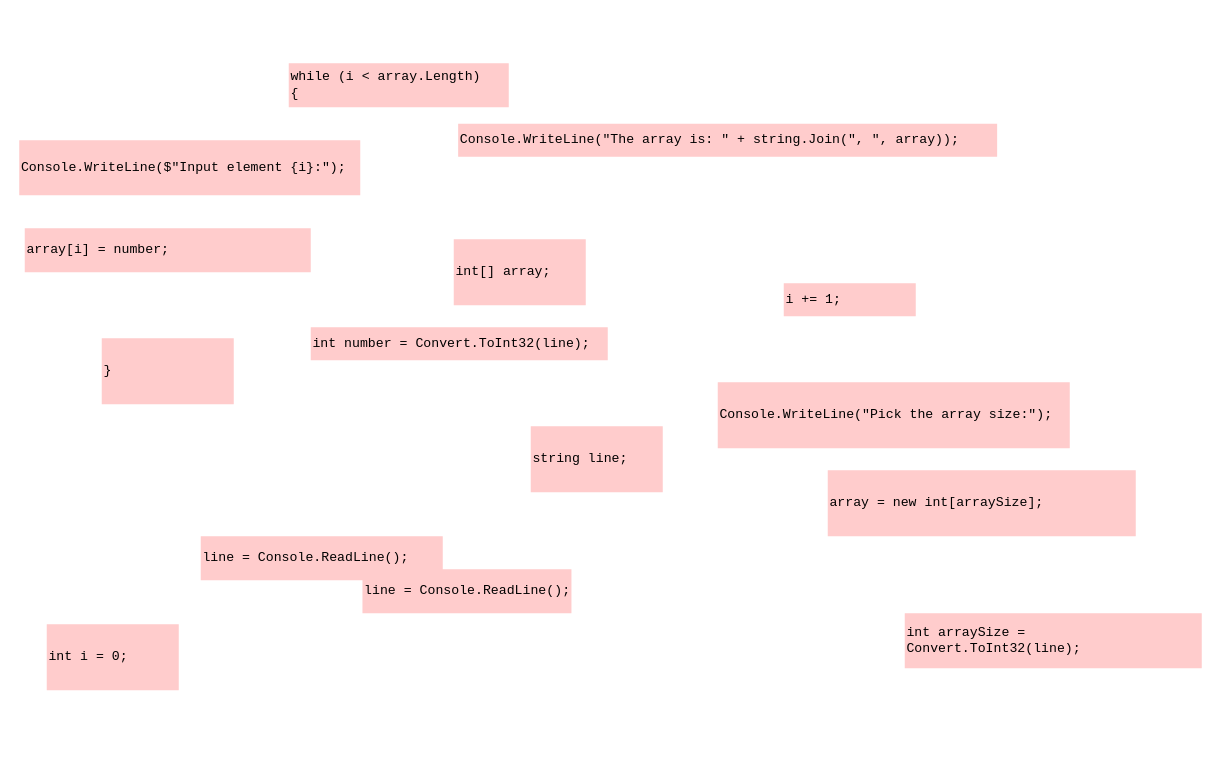
YingCG/Algorithms-Learning keeps this draw.io diagram as TestDragDrop.drawio. Above is the earlier version. Source tidied: cells renumbered, new cells numbered last; positions are measured from the earlier drawing's top-left corner, leaving out a move shared by most shapes. Both pictures are drawn from the tidied source at 110%, with x=0, y=0 at pixel (19, 63).
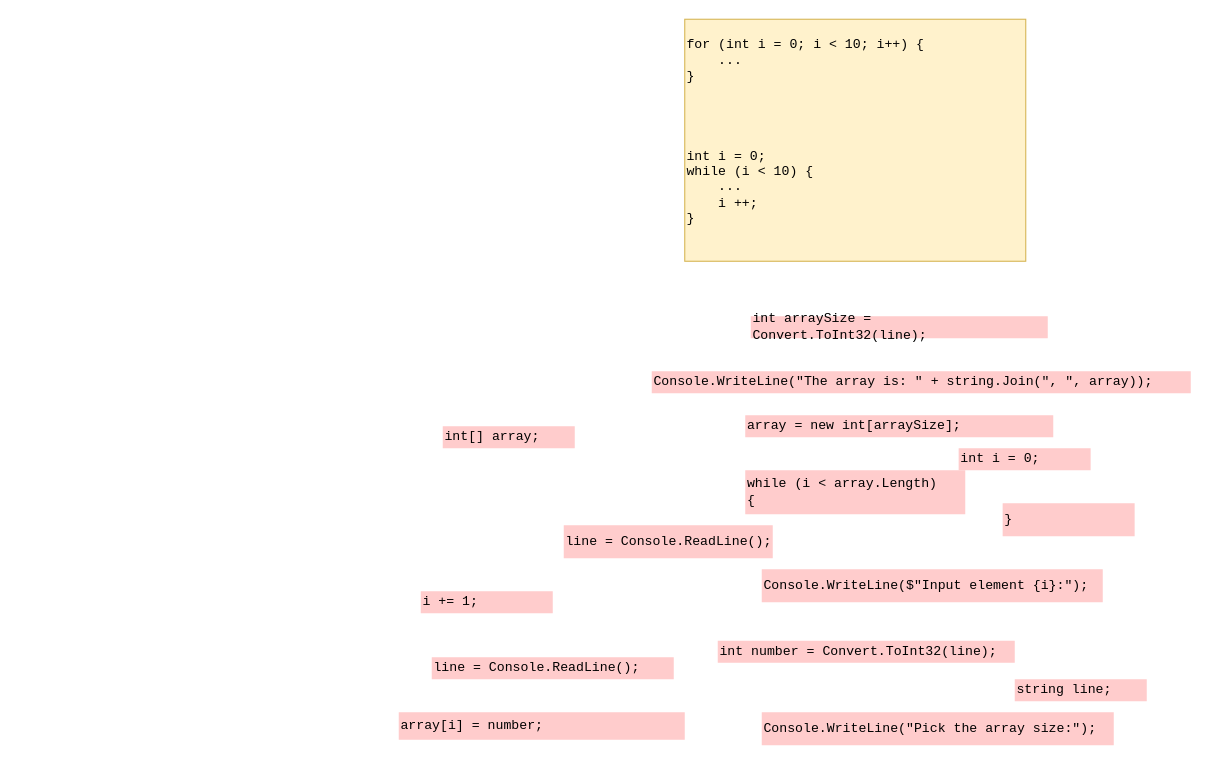
The same page after the edit.

Change to the diagram source:
```diff
@@
 <mxGraphModel>
   <root>
     <mxCell id="0" />
     <mxCell id="1" parent="0" />
     <mxCell id="2" value="string line;" style="whiteSpace=wrap;html=1;fontFamily=Courier New;align=left;labelBorderColor=none;rounded=0;shadow=0;sketch=0;glass=0;fillColor=#FFCCCC;strokeColor=none;" parent="1" vertex="1">
-      <mxGeometry x="465" y="330" width="120" height="60" as="geometry" />
+      <mxGeometry x="905" y="560" width="120" height="20" as="geometry" />
     </mxCell>
     <mxCell id="3" value="Console.WriteLine(&quot;Pick the array size:&quot;);" style="whiteSpace=wrap;html=1;fontFamily=Courier New;align=left;labelBorderColor=none;rounded=0;shadow=0;sketch=0;glass=0;fillColor=#FFCCCC;strokeColor=none;" parent="1" vertex="1">
-      <mxGeometry x="635" y="290" width="320" height="60" as="geometry" />
+      <mxGeometry x="675" y="590" width="320" height="30" as="geometry" />
     </mxCell>
     <mxCell id="4" value="line = Console.ReadLine();" style="whiteSpace=wrap;html=1;fontFamily=Courier New;align=left;labelBorderColor=none;rounded=0;shadow=0;sketch=0;glass=0;fillColor=#FFCCCC;strokeColor=none;" parent="1" vertex="1">
-      <mxGeometry x="312" y="460" width="190" height="40" as="geometry" />
+      <mxGeometry x="495" y="420" width="190" height="30" as="geometry" />
     </mxCell>
     <mxCell id="5" value="int arraySize = Convert.ToInt32(line);" style="whiteSpace=wrap;html=1;fontFamily=Courier New;align=left;labelBorderColor=none;rounded=0;shadow=0;sketch=0;glass=0;fillColor=#FFCCCC;strokeColor=none;" parent="1" vertex="1">
-      <mxGeometry x="805" y="500" width="270" height="50" as="geometry" />
+      <mxGeometry x="665" y="230" width="270" height="20" as="geometry" />
     </mxCell>
     <mxCell id="6" value="int[] array;" style="whiteSpace=wrap;html=1;fontFamily=Courier New;align=left;labelBorderColor=none;rounded=0;shadow=0;sketch=0;glass=0;fillColor=#FFCCCC;strokeColor=none;" parent="1" vertex="1">
-      <mxGeometry x="395" y="160" width="120" height="60" as="geometry" />
+      <mxGeometry x="385" y="330" width="120" height="20" as="geometry" />
     </mxCell>
     <mxCell id="7" value="array = new int[arraySize];" style="whiteSpace=wrap;html=1;fontFamily=Courier New;align=left;labelBorderColor=none;rounded=0;shadow=0;sketch=0;glass=0;fillColor=#FFCCCC;strokeColor=none;" parent="1" vertex="1">
-      <mxGeometry x="735" y="370" width="280" height="60" as="geometry" />
+      <mxGeometry x="660" y="320" width="280" height="20" as="geometry" />
     </mxCell>
     <mxCell id="8" value="int i = 0;" style="whiteSpace=wrap;html=1;fontFamily=Courier New;align=left;labelBorderColor=none;rounded=0;shadow=0;sketch=0;glass=0;fillColor=#FFCCCC;strokeColor=none;" parent="1" vertex="1">
-      <mxGeometry x="25" y="510" width="120" height="60" as="geometry" />
+      <mxGeometry x="854" y="350" width="120" height="20" as="geometry" />
     </mxCell>
     <mxCell id="9" value="while (i &amp;lt; array.Length)&lt;br&gt;{" style="whiteSpace=wrap;html=1;fontFamily=Courier New;align=left;labelBorderColor=none;rounded=0;shadow=0;sketch=0;glass=0;fillColor=#FFCCCC;strokeColor=none;" parent="1" vertex="1">
-      <mxGeometry x="245" width="200" height="40" as="geometry" />
+      <mxGeometry x="660" y="370" width="200" height="40" as="geometry" />
     </mxCell>
     <mxCell id="10" value="Console.WriteLine($&quot;Input element {i}:&quot;);" style="whiteSpace=wrap;html=1;fontFamily=Courier New;align=left;rounded=0;shadow=0;sketch=0;glass=0;fillColor=#FFCCCC;strokeColor=none;" parent="1" vertex="1">
-      <mxGeometry y="70" width="310" height="50" as="geometry" />
+      <mxGeometry x="675" y="460" width="310" height="30" as="geometry" />
     </mxCell>
     <mxCell id="11" value="line = Console.ReadLine();" style="whiteSpace=wrap;html=1;fontFamily=Courier New;align=left;rounded=0;shadow=0;sketch=0;glass=0;fillColor=#FFCCCC;strokeColor=none;" parent="1" vertex="1">
-      <mxGeometry x="165" y="430" width="220" height="40" as="geometry" />
+      <mxGeometry x="375" y="540" width="220" height="20" as="geometry" />
     </mxCell>
     <mxCell id="12" value="int number = Convert.ToInt32(line);" style="whiteSpace=wrap;html=1;fontFamily=Courier New;align=left;rounded=0;shadow=0;sketch=0;glass=0;fillColor=#FFCCCC;strokeColor=none;" parent="1" vertex="1">
-      <mxGeometry x="265" y="240" width="270" height="30" as="geometry" />
+      <mxGeometry x="635" y="525" width="270" height="20" as="geometry" />
     </mxCell>
     <mxCell id="13" value="array[i] = number;" style="whiteSpace=wrap;html=1;fontFamily=Courier New;align=left;rounded=0;shadow=0;sketch=0;glass=0;fillColor=#FFCCCC;strokeColor=none;" parent="1" vertex="1">
-      <mxGeometry x="5" y="150" width="260" height="40" as="geometry" />
+      <mxGeometry x="345" y="590" width="260" height="25" as="geometry" />
     </mxCell>
     <mxCell id="14" value="i += 1;" style="whiteSpace=wrap;html=1;fontFamily=Courier New;align=left;rounded=0;shadow=0;sketch=0;glass=0;fillColor=#FFCCCC;strokeColor=none;" parent="1" vertex="1">
-      <mxGeometry x="695" y="200" width="120" height="30" as="geometry" />
+      <mxGeometry x="365" y="480" width="120" height="20" as="geometry" />
     </mxCell>
     <mxCell id="15" value="}" style="whiteSpace=wrap;html=1;fontFamily=Courier New;align=left;rounded=0;shadow=0;sketch=0;glass=0;fillColor=#FFCCCC;strokeColor=none;" parent="1" vertex="1">
-      <mxGeometry x="75" y="250" width="120" height="60" as="geometry" />
+      <mxGeometry x="894" y="400" width="120" height="30" as="geometry" />
     </mxCell>
     <mxCell id="16" value="Console.WriteLine(&quot;The array is: &quot; + string.Join(&quot;, &quot;, array));" style="whiteSpace=wrap;html=1;fontFamily=Courier New;align=left;rounded=0;shadow=0;sketch=0;glass=0;fillColor=#FFCCCC;strokeColor=none;" parent="1" vertex="1">
-      <mxGeometry x="399" y="55" width="490" height="30" as="geometry" />
+      <mxGeometry x="575" y="280" width="490" height="20" as="geometry" />
     </mxCell>
+    <mxCell id="17" value="&lt;div&gt;for (int i = 0; i &amp;lt; 10; i++) {&lt;/div&gt;&lt;div&gt;&amp;nbsp;&amp;nbsp;&amp;nbsp; ...&lt;/div&gt;&lt;div&gt;}&lt;/div&gt;&lt;div&gt;&lt;br&gt;&lt;/div&gt;&lt;div&gt;&lt;br&gt;&lt;/div&gt;&lt;div&gt;&lt;br&gt;&lt;/div&gt;&lt;div&gt;&lt;br&gt;&lt;/div&gt;&lt;div&gt;int i = 0;&lt;br&gt;&lt;/div&gt;&lt;div&gt;while (i &amp;lt; 10) {&lt;/div&gt;&lt;div&gt;&amp;nbsp;&amp;nbsp;&amp;nbsp; ...&lt;/div&gt;&lt;div&gt;&amp;nbsp;&amp;nbsp;&amp;nbsp; i ++;&lt;/div&gt;&lt;div&gt;}&lt;br&gt;&lt;/div&gt;&lt;div&gt;&lt;br&gt;&lt;/div&gt;" style="whiteSpace=wrap;html=1;rounded=0;shadow=0;glass=0;sketch=0;fontFamily=Courier New;fillColor=#fff2cc;align=left;strokeColor=#d6b656;" parent="1" vertex="1">
+      <mxGeometry x="605" y="-40" width="310" height="220" as="geometry" />
+    </mxCell>
   </root>
 </mxGraphModel>
```
